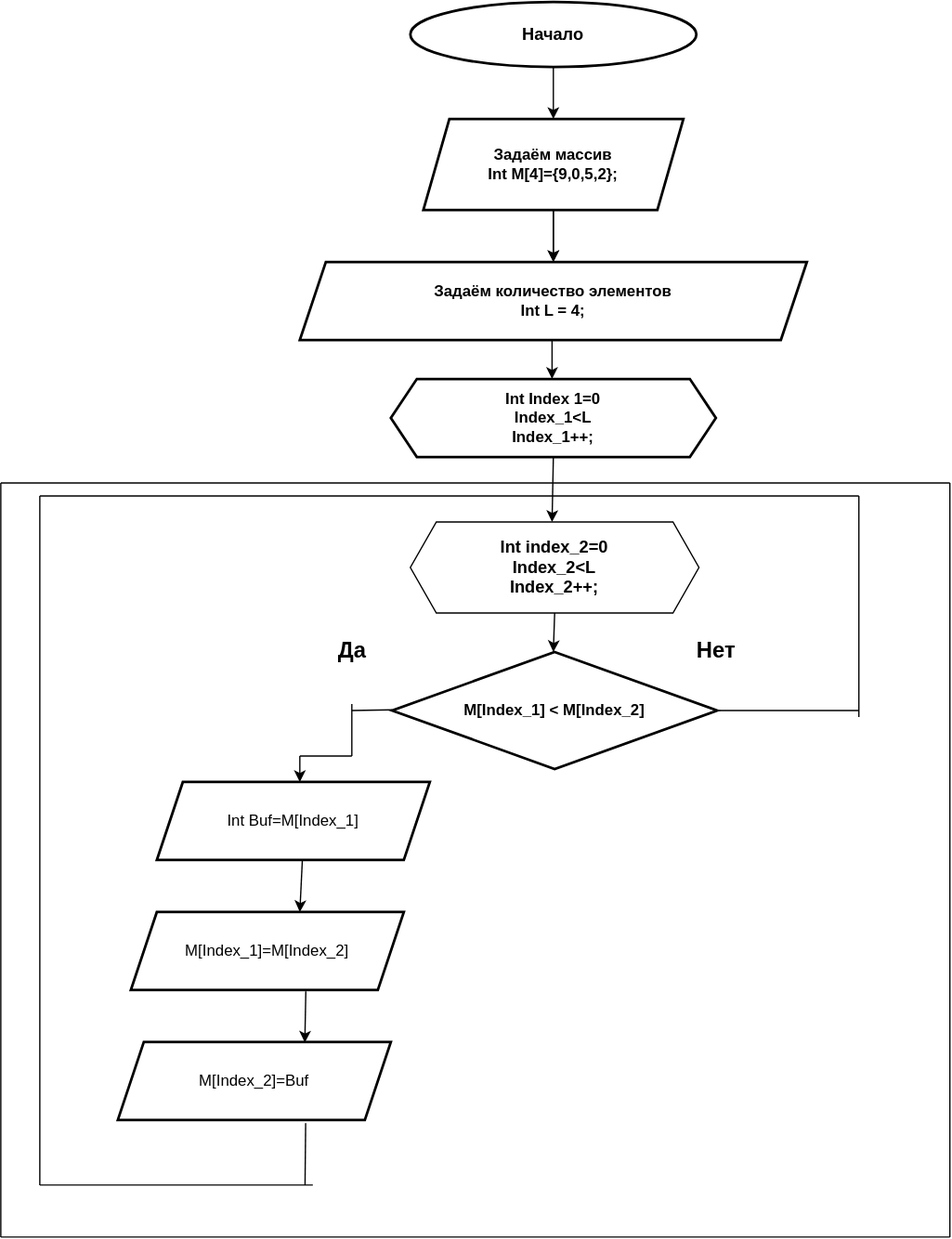
kajfkajfu/homework keeps this draw.io diagram as secondHomework/homework3.svg. Above is the earlier version. Source tidied: cells renumbered, new cells last; positions are measured from the earlier drawing's top-left corner, leaving out a move shared by most shapes.
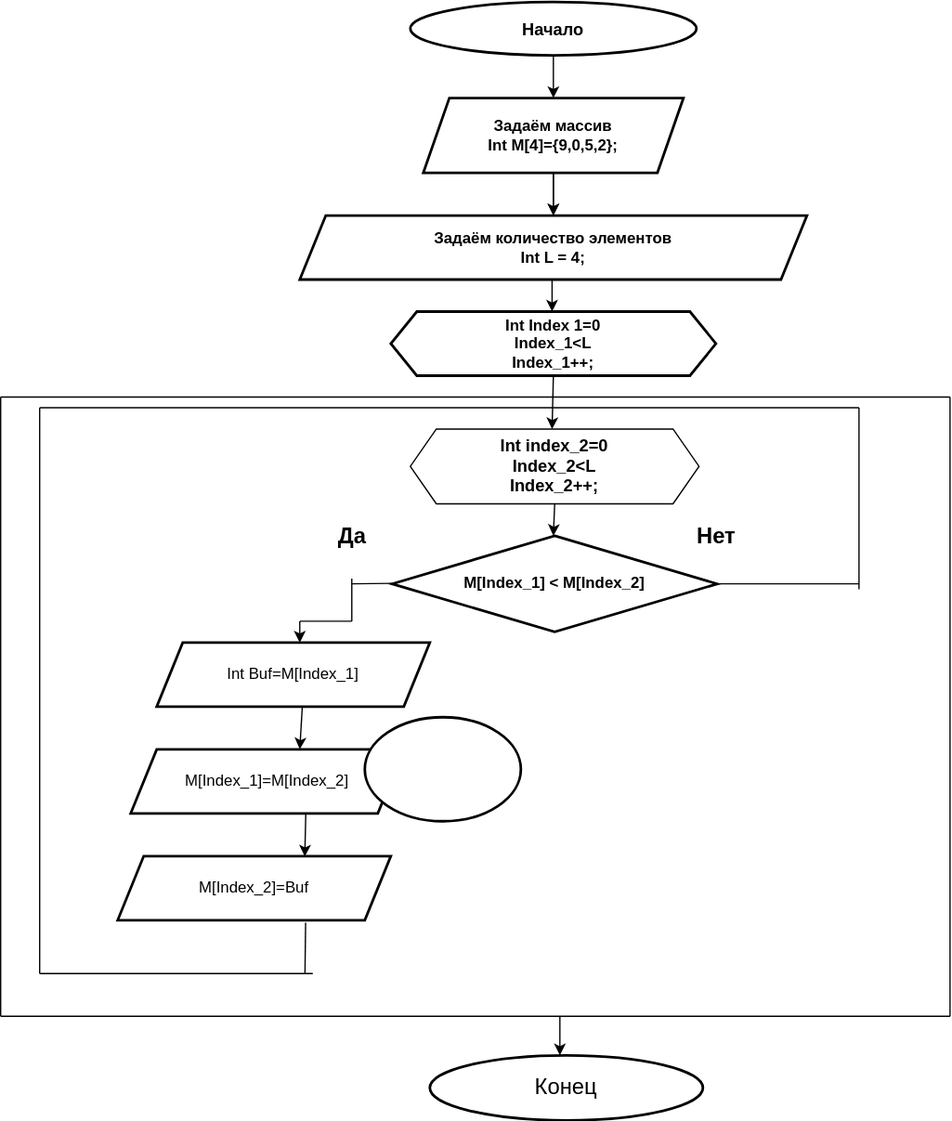
After the change.

The edit, as a diff of the source:
```diff
@@ -2,159 +2,174 @@
   <root>
     <mxCell id="0" />
     <mxCell id="1" parent="0" />
+    <mxCell id="35" style="group;" parent="1" vertex="1">
+      <mxGeometry width="730" height="780" as="geometry" />
+    </mxCell>
-    <mxCell id="2" value="&lt;font size=&quot;1&quot;&gt;&lt;b style=&quot;font-size: 13px&quot;&gt;Начало&lt;/b&gt;&lt;/font&gt;" style="strokeWidth=2;html=1;shape=mxgraph.flowchart.start_1;whiteSpace=wrap;strokeColor=#000000;" parent="1" vertex="1">
-      <mxGeometry x="315" width="220" height="50" as="geometry" />
+    <mxCell id="2" value="&lt;font size=&quot;1&quot;&gt;&lt;b style=&quot;font-size: 13px&quot;&gt;Начало&lt;/b&gt;&lt;/font&gt;" style="strokeWidth=2;html=1;shape=mxgraph.flowchart.start_1;whiteSpace=wrap;strokeColor=#000000;" parent="35" vertex="1">
+      <mxGeometry x="315" width="220" height="41.1" as="geometry" />
     </mxCell>
-    <mxCell id="3" value="Задаём массив&lt;br&gt;Int M[4]={9,0,5,2};" style="shape=parallelogram;perimeter=parallelogramPerimeter;whiteSpace=wrap;html=1;fixedSize=1;strokeColor=#000000;strokeWidth=2;fontStyle=1;" parent="1" vertex="1">
-      <mxGeometry x="325" y="90" width="200" height="70" as="geometry" />
+    <mxCell id="3" value="Задаём массив&lt;br&gt;Int M[4]={9,0,5,2};" style="shape=parallelogram;perimeter=parallelogramPerimeter;whiteSpace=wrap;html=1;fixedSize=1;strokeColor=#000000;strokeWidth=2;fontStyle=1;" parent="35" vertex="1">
+      <mxGeometry x="325" y="73.9" width="200" height="57.5" as="geometry" />
     </mxCell>
-    <mxCell id="4" value="&lt;b&gt;Задаём количество элементов&lt;br&gt;Int L = 4;&lt;/b&gt;" style="shape=parallelogram;perimeter=parallelogramPerimeter;whiteSpace=wrap;html=1;fixedSize=1;strokeColor=#000000;strokeWidth=2;" parent="1" vertex="1">
-      <mxGeometry x="230" y="200" width="390" height="60" as="geometry" />
+    <mxCell id="4" value="&lt;b&gt;Задаём количество элементов&lt;br&gt;Int L = 4;&lt;/b&gt;" style="shape=parallelogram;perimeter=parallelogramPerimeter;whiteSpace=wrap;html=1;fixedSize=1;strokeColor=#000000;strokeWidth=2;" parent="35" vertex="1">
+      <mxGeometry x="230" y="164.2" width="390" height="49.3" as="geometry" />
     </mxCell>
-    <mxCell id="5" style="edgeStyle=orthogonalEdgeStyle;rounded=0;jettySize=auto;html=1;" parent="1" edge="1" source="3" target="4">
+    <mxCell id="5" style="edgeStyle=orthogonalEdgeStyle;rounded=0;jettySize=auto;html=1;" parent="35" edge="1" source="3" target="4">
       <mxGeometry relative="1" as="geometry" />
     </mxCell>
-    <mxCell id="6" style="endArrow=classic;html=1;exitX=0.5;exitY=1;exitDx=0;exitDy=0;" parent="1" edge="1" source="3">
+    <mxCell id="6" style="endArrow=classic;html=1;exitX=0.5;exitY=1;exitDx=0;exitDy=0;" parent="35" edge="1" source="3">
       <mxGeometry relative="1" as="geometry">
-        <mxPoint x="425" y="200" as="targetPoint" />
+        <mxPoint x="425" y="164.2" as="targetPoint" />
       </mxGeometry>
     </mxCell>
-    <mxCell id="7" style="endArrow=classic;html=1;" parent="1" edge="1">
+    <mxCell id="7" style="endArrow=classic;html=1;" parent="35" edge="1">
       <mxGeometry relative="1" as="geometry">
-        <mxPoint x="424" y="260" as="sourcePoint" />
-        <mxPoint x="424" y="290" as="targetPoint" />
+        <mxPoint x="424" y="213.5" as="sourcePoint" />
+        <mxPoint x="424" y="238.1" as="targetPoint" />
       </mxGeometry>
     </mxCell>
-    <mxCell id="8" value="Int Index 1=0&lt;br&gt;Index_1&amp;lt;L&lt;br&gt;Index_1++;" style="shape=hexagon;perimeter=hexagonPerimeter2;whiteSpace=wrap;html=1;fixedSize=1;strokeColor=#000000;strokeWidth=2;fontStyle=1;" parent="1" vertex="1">
-      <mxGeometry x="300" y="290" width="250" height="60" as="geometry" />
+    <mxCell id="8" value="Int Index 1=0&lt;br&gt;Index_1&amp;lt;L&lt;br&gt;Index_1++;" style="shape=hexagon;perimeter=hexagonPerimeter2;whiteSpace=wrap;html=1;fixedSize=1;strokeColor=#000000;strokeWidth=2;fontStyle=1;" parent="35" vertex="1">
+      <mxGeometry x="300" y="238.1" width="250" height="49.3" as="geometry" />
     </mxCell>
-    <mxCell id="9" value="&lt;font style=&quot;font-size: 13px&quot;&gt;&lt;span&gt;Int index_2=0&lt;br&gt;Index_2&amp;lt;L&lt;br&gt;Index_2++;&lt;/span&gt;&lt;/font&gt;" style="shape=hexagon;perimeter=hexagonPerimeter2;whiteSpace=wrap;html=1;fixedSize=1;fontStyle=1;" parent="1" vertex="1">
-      <mxGeometry x="315" y="400" width="222" height="70" as="geometry" />
+    <mxCell id="9" value="&lt;font style=&quot;font-size: 13px&quot;&gt;&lt;span&gt;Int index_2=0&lt;br&gt;Index_2&amp;lt;L&lt;br&gt;Index_2++;&lt;/span&gt;&lt;/font&gt;" style="shape=hexagon;perimeter=hexagonPerimeter2;whiteSpace=wrap;html=1;fixedSize=1;fontStyle=1;" parent="35" vertex="1">
+      <mxGeometry x="315" y="328.4" width="222" height="57.5" as="geometry" />
     </mxCell>
-    <mxCell id="10" style="endArrow=classic;html=1;exitX=0.5;exitY=1;exitDx=0;exitDy=0;" parent="1" edge="1" source="8">
+    <mxCell id="10" style="endArrow=classic;html=1;exitX=0.5;exitY=1;exitDx=0;exitDy=0;" parent="35" edge="1" source="8">
       <mxGeometry relative="1" as="geometry">
-        <mxPoint x="424" y="400" as="targetPoint" />
+        <mxPoint x="424" y="328.4" as="targetPoint" />
       </mxGeometry>
     </mxCell>
-    <mxCell id="11" style="endArrow=classic;html=1;" parent="1" edge="1">
+    <mxCell id="11" style="endArrow=classic;html=1;" parent="35" edge="1">
       <mxGeometry relative="1" as="geometry">
-        <mxPoint x="425" y="50" as="sourcePoint" />
-        <mxPoint x="425" y="90" as="targetPoint" />
+        <mxPoint x="425" y="41.1" as="sourcePoint" />
+        <mxPoint x="425" y="73.9" as="targetPoint" />
       </mxGeometry>
     </mxCell>
-    <mxCell id="12" style="endArrow=classic;html=1;exitX=0.5;exitY=1;exitDx=0;exitDy=0;" parent="1" edge="1" source="9">
+    <mxCell id="12" style="endArrow=classic;html=1;exitX=0.5;exitY=1;exitDx=0;exitDy=0;" parent="35" edge="1" source="9">
       <mxGeometry relative="1" as="geometry">
-        <mxPoint x="425" y="500" as="targetPoint" />
+        <mxPoint x="425" y="410.5" as="targetPoint" />
       </mxGeometry>
     </mxCell>
-    <mxCell id="13" value="M[Index_1] &amp;lt; M[Index_2]" style="rhombus;whiteSpace=wrap;html=1;strokeColor=#000000;strokeWidth=2;fontStyle=1;" parent="1" vertex="1">
-      <mxGeometry x="301" y="500" width="250" height="90" as="geometry" />
+    <mxCell id="13" value="M[Index_1] &amp;lt; M[Index_2]" style="rhombus;whiteSpace=wrap;html=1;strokeColor=#000000;strokeWidth=2;fontStyle=1;" parent="35" vertex="1">
+      <mxGeometry x="301" y="410.5" width="250" height="73.9" as="geometry" />
     </mxCell>
-    <mxCell id="14" style="endArrow=none;html=1;" parent="1" edge="1">
+    <mxCell id="14" style="endArrow=none;html=1;" parent="35" edge="1">
       <mxGeometry relative="1" as="geometry">
-        <mxPoint x="270" y="545" as="sourcePoint" />
-        <mxPoint x="301" y="544.5" as="targetPoint" />
+        <mxPoint x="270" y="447.5" as="sourcePoint" />
+        <mxPoint x="301" y="447.1" as="targetPoint" />
       </mxGeometry>
     </mxCell>
-    <mxCell id="15" style="endArrow=none;html=1;" parent="1" edge="1">
+    <mxCell id="15" style="endArrow=none;html=1;" parent="35" edge="1">
       <mxGeometry relative="1" as="geometry">
-        <mxPoint x="230" y="580" as="sourcePoint" />
-        <mxPoint x="270" y="580" as="targetPoint" />
+        <mxPoint x="230" y="476.2" as="sourcePoint" />
+        <mxPoint x="270" y="476.2" as="targetPoint" />
       </mxGeometry>
     </mxCell>
-    <mxCell id="16" style="endArrow=none;html=1;" parent="1" edge="1">
+    <mxCell id="16" style="endArrow=none;html=1;" parent="35" edge="1">
       <mxGeometry relative="1" as="geometry">
-        <mxPoint x="270" y="540" as="sourcePoint" />
-        <mxPoint x="270" y="580" as="targetPoint" />
+        <mxPoint x="270" y="443.4" as="sourcePoint" />
+        <mxPoint x="270" y="476.2" as="targetPoint" />
       </mxGeometry>
     </mxCell>
-    <mxCell id="17" style="endArrow=classic;html=1;" parent="1" edge="1">
+    <mxCell id="17" style="endArrow=classic;html=1;" parent="35" edge="1">
       <mxGeometry relative="1" as="geometry">
-        <mxPoint x="230" y="580" as="sourcePoint" />
-        <mxPoint x="230" y="600" as="targetPoint" />
+        <mxPoint x="230" y="476.2" as="sourcePoint" />
+        <mxPoint x="230" y="492.6" as="targetPoint" />
       </mxGeometry>
     </mxCell>
-    <mxCell id="18" value="Int Buf=M[Index_1]" style="shape=parallelogram;perimeter=parallelogramPerimeter;whiteSpace=wrap;html=1;fixedSize=1;strokeColor=#000000;strokeWidth=2;" parent="1" vertex="1">
-      <mxGeometry x="120" y="600" width="210" height="60" as="geometry" />
+    <mxCell id="18" value="Int Buf=M[Index_1]" style="shape=parallelogram;perimeter=parallelogramPerimeter;whiteSpace=wrap;html=1;fixedSize=1;strokeColor=#000000;strokeWidth=2;" parent="35" vertex="1">
+      <mxGeometry x="120" y="492.6" width="210" height="49.3" as="geometry" />
     </mxCell>
-    <mxCell id="19" style="endArrow=classic;html=1;exitX=0.533;exitY=1.003;exitDx=0;exitDy=0;exitPerimeter=0;" parent="1" edge="1" source="18">
+    <mxCell id="19" style="endArrow=classic;html=1;exitX=0.533;exitY=1.003;exitDx=0;exitDy=0;exitPerimeter=0;" parent="35" edge="1" source="18">
       <mxGeometry relative="1" as="geometry">
-        <mxPoint x="230" y="700" as="targetPoint" />
+        <mxPoint x="230" y="574.7" as="targetPoint" />
       </mxGeometry>
     </mxCell>
-    <mxCell id="20" value="M[Index_1]=M[Index_2]" style="shape=parallelogram;perimeter=parallelogramPerimeter;whiteSpace=wrap;html=1;fixedSize=1;strokeColor=#000000;strokeWidth=2;" parent="1" vertex="1">
-      <mxGeometry x="100" y="700" width="210" height="60" as="geometry" />
+    <mxCell id="20" value="M[Index_1]=M[Index_2]" style="shape=parallelogram;perimeter=parallelogramPerimeter;whiteSpace=wrap;html=1;fixedSize=1;strokeColor=#000000;strokeWidth=2;" parent="35" vertex="1">
+      <mxGeometry x="100" y="574.7" width="210" height="49.3" as="geometry" />
     </mxCell>
-    <mxCell id="21" value="M[Index_2]=Buf" style="shape=parallelogram;perimeter=parallelogramPerimeter;whiteSpace=wrap;html=1;fixedSize=1;strokeColor=#000000;strokeWidth=2;" parent="1" vertex="1">
-      <mxGeometry x="90" y="800" width="210" height="60" as="geometry" />
+    <mxCell id="21" value="M[Index_2]=Buf" style="shape=parallelogram;perimeter=parallelogramPerimeter;whiteSpace=wrap;html=1;fixedSize=1;strokeColor=#000000;strokeWidth=2;" parent="35" vertex="1">
+      <mxGeometry x="90" y="656.8" width="210" height="49.3" as="geometry" />
     </mxCell>
-    <mxCell id="22" style="endArrow=classic;html=1;exitX=0.641;exitY=1.016;exitDx=0;exitDy=0;exitPerimeter=0;entryX=0.685;entryY=0.006;entryDx=0;entryDy=0;entryPerimeter=0;" parent="1" edge="1" source="20" target="21">
+    <mxCell id="22" style="endArrow=classic;html=1;exitX=0.641;exitY=1.016;exitDx=0;exitDy=0;exitPerimeter=0;entryX=0.685;entryY=0.006;entryDx=0;entryDy=0;entryPerimeter=0;" parent="35" edge="1" source="20" target="21">
       <mxGeometry relative="1" as="geometry" />
     </mxCell>
-    <mxCell id="23" style="endArrow=none;html=1;" parent="1" edge="1">
+    <mxCell id="23" style="endArrow=none;html=1;" parent="35" edge="1">
       <mxGeometry relative="1" as="geometry">
-        <mxPoint x="551" y="545" as="sourcePoint" />
-        <mxPoint x="660" y="545" as="targetPoint" />
+        <mxPoint x="551" y="447.5" as="sourcePoint" />
+        <mxPoint x="660" y="447.5" as="targetPoint" />
       </mxGeometry>
     </mxCell>
-    <mxCell id="24" style="endArrow=none;html=1;" parent="1" edge="1">
+    <mxCell id="24" style="endArrow=none;html=1;" parent="35" edge="1">
       <mxGeometry relative="1" as="geometry">
-        <mxPoint x="660" y="550" as="sourcePoint" />
-        <mxPoint x="660" y="380" as="targetPoint" />
+        <mxPoint x="660" y="451.6" as="sourcePoint" />
+        <mxPoint x="660" y="312" as="targetPoint" />
       </mxGeometry>
     </mxCell>
-    <mxCell id="25" style="endArrow=none;html=1;" parent="1" edge="1">
+    <mxCell id="25" style="endArrow=none;html=1;" parent="35" edge="1">
       <mxGeometry relative="1" as="geometry">
-        <mxPoint x="30" y="380" as="sourcePoint" />
-        <mxPoint x="660" y="380" as="targetPoint" />
+        <mxPoint x="30" y="312" as="sourcePoint" />
+        <mxPoint x="660" y="312" as="targetPoint" />
       </mxGeometry>
     </mxCell>
-    <mxCell id="26" style="endArrow=none;html=1;" parent="1" edge="1">
+    <mxCell id="26" style="endArrow=none;html=1;" parent="35" edge="1">
       <mxGeometry relative="1" as="geometry">
-        <mxPoint x="30" y="910" as="sourcePoint" />
-        <mxPoint x="30" y="380" as="targetPoint" />
+        <mxPoint x="30" y="747.2" as="sourcePoint" />
+        <mxPoint x="30" y="312" as="targetPoint" />
       </mxGeometry>
     </mxCell>
-    <mxCell id="27" style="endArrow=none;html=1;" parent="1" edge="1">
+    <mxCell id="27" style="endArrow=none;html=1;" parent="35" edge="1">
       <mxGeometry relative="1" as="geometry">
-        <mxPoint x="30" y="910" as="sourcePoint" />
-        <mxPoint x="240" y="910" as="targetPoint" />
+        <mxPoint x="30" y="747.2" as="sourcePoint" />
+        <mxPoint x="240" y="747.2" as="targetPoint" />
       </mxGeometry>
     </mxCell>
-    <mxCell id="28" style="endArrow=none;html=1;entryX=0.688;entryY=1.04;entryDx=0;entryDy=0;entryPerimeter=0;" parent="1" edge="1" target="21">
+    <mxCell id="28" style="endArrow=none;html=1;entryX=0.688;entryY=1.04;entryDx=0;entryDy=0;entryPerimeter=0;" parent="35" edge="1" target="21">
       <mxGeometry relative="1" as="geometry">
-        <mxPoint x="234" y="910" as="sourcePoint" />
+        <mxPoint x="234" y="747.2" as="sourcePoint" />
       </mxGeometry>
     </mxCell>
-    <mxCell id="29" value="&lt;font style=&quot;font-size: 17px&quot;&gt;&lt;b&gt;Нет&lt;/b&gt;&lt;/font&gt;" style="text;html=1;align=center;verticalAlign=middle;fontSize=13;" parent="1" vertex="1">
-      <mxGeometry x="525" y="490" width="50" height="20" as="geometry" />
+    <mxCell id="29" value="&lt;font style=&quot;font-size: 17px&quot;&gt;&lt;b&gt;Нет&lt;/b&gt;&lt;/font&gt;" style="text;html=1;align=center;verticalAlign=middle;fontSize=13;" parent="35" vertex="1">
+      <mxGeometry x="525" y="402.3" width="50" height="20" as="geometry" />
     </mxCell>
-    <mxCell id="30" value="&lt;b&gt;&lt;font style=&quot;font-size: 17px&quot;&gt;Да&lt;/font&gt;&lt;/b&gt;" style="text;html=1;align=center;verticalAlign=middle;fontSize=13;" parent="1" vertex="1">
-      <mxGeometry x="250" y="490" width="40" height="20" as="geometry" />
+    <mxCell id="30" value="&lt;b&gt;&lt;font style=&quot;font-size: 17px&quot;&gt;Да&lt;/font&gt;&lt;/b&gt;" style="text;html=1;align=center;verticalAlign=middle;fontSize=13;" parent="35" vertex="1">
+      <mxGeometry x="250" y="402.3" width="40" height="20" as="geometry" />
     </mxCell>
-    <mxCell id="31" style="endArrow=none;html=1;fontSize=13;" parent="1" edge="1">
+    <mxCell id="31" style="endArrow=none;html=1;fontSize=13;" parent="35" edge="1">
       <mxGeometry relative="1" as="geometry">
-        <mxPoint y="370" as="sourcePoint" />
-        <mxPoint x="730" y="370" as="targetPoint" />
+        <mxPoint y="303.8" as="sourcePoint" />
+        <mxPoint x="730" y="303.8" as="targetPoint" />
       </mxGeometry>
     </mxCell>
-    <mxCell id="32" style="endArrow=none;html=1;fontSize=13;" parent="1" edge="1">
+    <mxCell id="32" style="endArrow=none;html=1;fontSize=13;" parent="35" edge="1">
       <mxGeometry relative="1" as="geometry">
-        <mxPoint y="950" as="sourcePoint" />
-        <mxPoint y="370" as="targetPoint" />
+        <mxPoint y="780" as="sourcePoint" />
+        <mxPoint y="303.8" as="targetPoint" />
       </mxGeometry>
     </mxCell>
-    <mxCell id="33" style="endArrow=none;html=1;fontSize=13;" parent="1" edge="1">
+    <mxCell id="33" style="endArrow=none;html=1;fontSize=13;" parent="35" edge="1">
       <mxGeometry relative="1" as="geometry">
-        <mxPoint y="950" as="sourcePoint" />
-        <mxPoint x="730" y="950" as="targetPoint" />
+        <mxPoint y="780" as="sourcePoint" />
+        <mxPoint x="730" y="780" as="targetPoint" />
       </mxGeometry>
     </mxCell>
-    <mxCell id="34" style="endArrow=none;html=1;fontSize=13;" parent="1" edge="1">
+    <mxCell id="34" style="endArrow=none;html=1;fontSize=13;" parent="35" edge="1">
       <mxGeometry relative="1" as="geometry">
-        <mxPoint x="730" y="950" as="sourcePoint" />
-        <mxPoint x="730" y="370" as="targetPoint" />
+        <mxPoint x="730" y="780" as="sourcePoint" />
+        <mxPoint x="730" y="303.8" as="targetPoint" />
       </mxGeometry>
     </mxCell>
+    <mxCell id="36" style="endArrow=classic;html=1;fontSize=13;" parent="1" edge="1">
+      <mxGeometry relative="1" as="geometry">
+        <mxPoint x="430" y="780" as="sourcePoint" />
+        <mxPoint x="430" y="810" as="targetPoint" />
+      </mxGeometry>
+    </mxCell>
+    <mxCell id="37" style="ellipse;whiteSpace=wrap;html=1;strokeColor=#000000;strokeWidth=2;fontSize=13;" parent="1" vertex="1">
+      <mxGeometry x="280" y="550" width="120" height="80" as="geometry" />
+    </mxCell>
+    <mxCell id="38" value="&lt;font style=&quot;font-size: 17px&quot;&gt;Конец&lt;/font&gt;" style="ellipse;whiteSpace=wrap;html=1;strokeColor=#000000;strokeWidth=2;fontSize=13;" parent="1" vertex="1">
+      <mxGeometry x="330" y="810" width="210" height="50" as="geometry" />
+    </mxCell>
   </root>
 </mxGraphModel>
```
